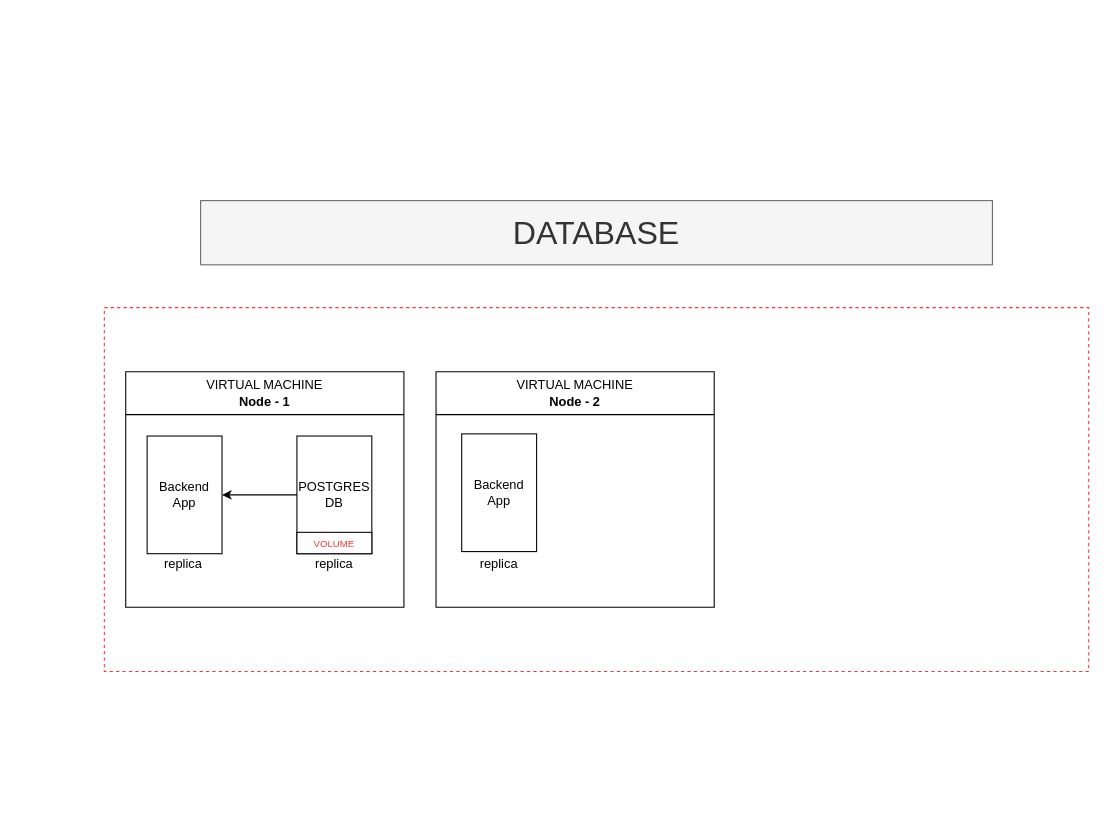
Before: page "Stolon Cluster" (10 of 10) of devops/DevOps.drawio in kingsley-ijomah/draw.io, a draw.io diagram. Source tidied: cells renumbered, new cells numbered last; positions are measured from the earlier drawing's top-left corner, leaving out a move shared by most shapes. Both pictures are drawn from the tidied source at 107%, with x=0, y=0 at pixel (104, 200).
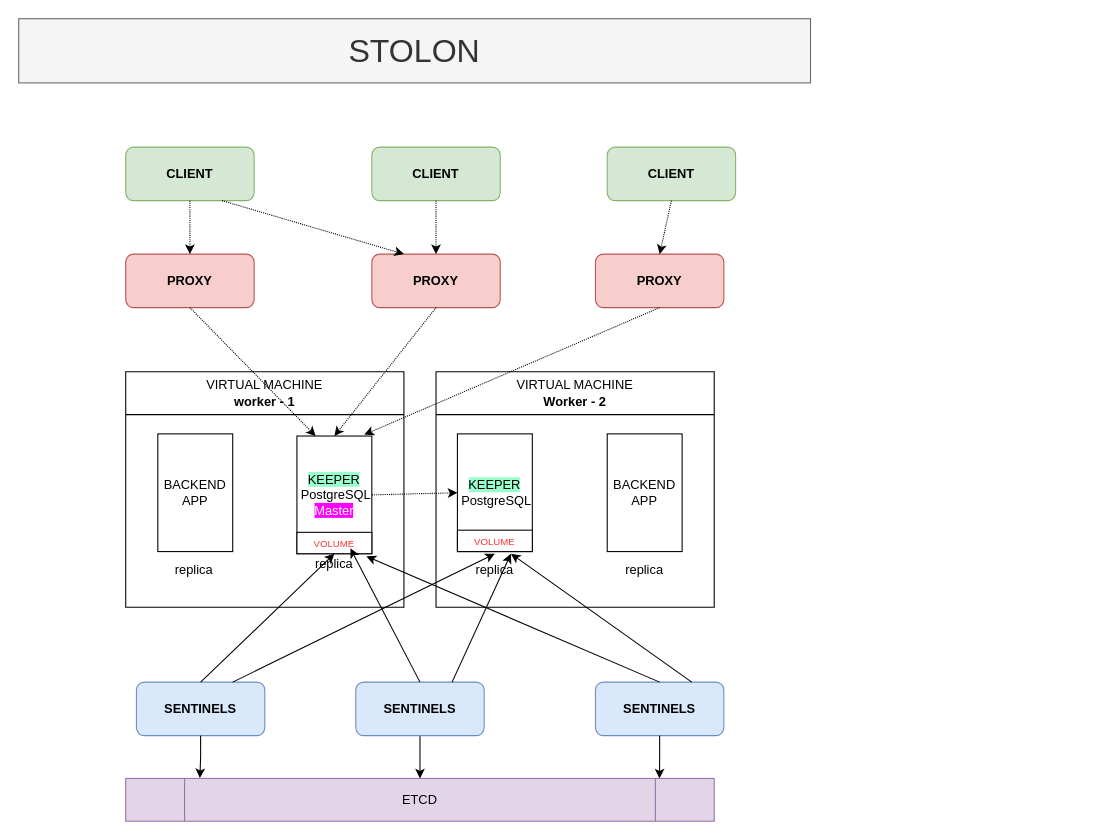
The same page after the edit.

Unchanged cells that the change refers to:
```xml
<mxCell id="5" value="replica" style="text;html=1;strokeColor=none;fillColor=none;align=center;verticalAlign=middle;whiteSpace=wrap;rounded=0;" parent="3" vertex="1">
  <mxGeometry x="165" y="165" width="60" height="30" as="geometry" />
</mxCell>
<mxCell id="8" value="&lt;font color=&quot;#ff3333&quot; style=&quot;font-size: 9px;&quot;&gt;VOLUME&lt;/font&gt;" style="rounded=0;whiteSpace=wrap;html=1;" parent="1" vertex="1">
  <mxGeometry x="180" y="310" width="70" height="20" as="geometry" />
</mxCell>
```

Change to the diagram source:
```diff
@@
-    <mxCell id="2" style="rounded=0;whiteSpace=wrap;html=1;fillColor=none;dashed=1;strokeColor=#FF3333;" parent="1" vertex="1">
-      <mxGeometry y="100" width="920" height="340" as="geometry" />
-    </mxCell>
-    <mxCell id="3" value="&lt;span style=&quot;font-weight: normal;&quot;&gt;VIRTUAL MACHINE&lt;/span&gt;&lt;br&gt;Node - 1" style="swimlane;whiteSpace=wrap;html=1;startSize=40;" parent="1" vertex="1">
+    <mxCell id="3" value="&lt;span style=&quot;font-weight: normal;&quot;&gt;VIRTUAL MACHINE&lt;/span&gt;&lt;br&gt;worker - 1" style="swimlane;whiteSpace=wrap;html=1;startSize=40;" parent="1" vertex="1">
       <mxGeometry x="20" y="160" width="260" height="220" as="geometry" />
     </mxCell>
-    <mxCell id="4" value="POSTGRES&lt;br&gt;DB" style="rounded=0;whiteSpace=wrap;html=1;" parent="3" vertex="1">
+    <mxCell id="4" value="&lt;span style=&quot;background-color: rgb(153, 255, 204);&quot;&gt;KEEPER&lt;/span&gt;&lt;br&gt;&amp;nbsp;PostgreSQL&lt;span style=&quot;background-color: rgb(255, 0, 255);&quot;&gt;&lt;br&gt;&lt;font color=&quot;#ffffff&quot;&gt;Master&lt;/font&gt;&lt;/span&gt;" style="rounded=0;whiteSpace=wrap;html=1;" parent="3" vertex="1">
       <mxGeometry x="160" y="60" width="70" height="110" as="geometry" />
     </mxCell>
@@
-    <mxCell id="6" value="replica" style="text;html=1;strokeColor=none;fillColor=none;align=center;verticalAlign=middle;whiteSpace=wrap;rounded=0;" parent="3" vertex="1">
-      <mxGeometry x="24" y="165" width="60" height="30" as="geometry" />
-    </mxCell>
+    <mxCell id="14" value="replica" style="text;html=1;strokeColor=none;fillColor=none;align=center;verticalAlign=middle;whiteSpace=wrap;rounded=0;" parent="3" vertex="1">
+      <mxGeometry x="34" y="170" width="60" height="30" as="geometry" />
+    </mxCell>
-    <mxCell id="7" value="&lt;font style=&quot;font-size: 30px;&quot;&gt;DATABASE&lt;/font&gt;" style="rounded=0;whiteSpace=wrap;html=1;fillColor=#f5f5f5;fontColor=#333333;strokeColor=#666666;" parent="1" vertex="1">
-      <mxGeometry x="90" width="740" height="60" as="geometry" />
+    <mxCell id="7" value="&lt;font style=&quot;font-size: 30px;&quot;&gt;STOLON&lt;/font&gt;" style="rounded=0;whiteSpace=wrap;html=1;fillColor=#f5f5f5;fontColor=#333333;strokeColor=#666666;" parent="1" vertex="1">
+      <mxGeometry x="-80" y="-170" width="740" height="60" as="geometry" />
     </mxCell>
@@
-    <mxCell id="9" value="&lt;span style=&quot;font-weight: normal;&quot;&gt;VIRTUAL MACHINE&lt;/span&gt;&lt;br&gt;Node - 2" style="swimlane;whiteSpace=wrap;html=1;startSize=40;" parent="1" vertex="1">
+    <mxCell id="9" value="&lt;span style=&quot;font-weight: normal;&quot;&gt;VIRTUAL MACHINE&lt;/span&gt;&lt;br&gt;Worker - 2" style="swimlane;whiteSpace=wrap;html=1;startSize=40;" parent="1" vertex="1">
       <mxGeometry x="310" y="160" width="260" height="220" as="geometry" />
     </mxCell>
-    <mxCell id="10" value="Backend&lt;br&gt;App" style="rounded=0;whiteSpace=wrap;html=1;" parent="9" vertex="1">
-      <mxGeometry x="24" y="58" width="70" height="110" as="geometry" />
-    </mxCell>
-    <mxCell id="11" value="replica" style="text;html=1;strokeColor=none;fillColor=none;align=center;verticalAlign=middle;whiteSpace=wrap;rounded=0;" parent="9" vertex="1">
-      <mxGeometry x="29" y="165" width="60" height="30" as="geometry" />
-    </mxCell>
-    <mxCell id="12" value="Backend&lt;br&gt;App" style="rounded=0;whiteSpace=wrap;html=1;" parent="1" vertex="1">
-      <mxGeometry x="40" y="220" width="70" height="110" as="geometry" />
-    </mxCell>
-    <mxCell id="13" style="edgeStyle=orthogonalEdgeStyle;rounded=0;jettySize=auto;html=1;entryX=1;entryY=0.5;entryDx=0;entryDy=0;" parent="1" edge="1" source="4" target="12">
-      <mxGeometry relative="1" as="geometry" />
-    </mxCell>
+    <mxCell id="15" value="replica" style="text;html=1;strokeColor=none;fillColor=none;align=center;verticalAlign=middle;whiteSpace=wrap;rounded=0;" parent="9" vertex="1">
+      <mxGeometry x="25" y="170" width="60" height="30" as="geometry" />
+    </mxCell>
+    <mxCell id="16" value="replica" style="text;html=1;strokeColor=none;fillColor=none;align=center;verticalAlign=middle;whiteSpace=wrap;rounded=0;" parent="9" vertex="1">
+      <mxGeometry x="165" y="170" width="60" height="30" as="geometry" />
+    </mxCell>
+    <mxCell id="17" value="&lt;span style=&quot;background-color: rgb(153, 255, 204);&quot;&gt;KEEPER&lt;/span&gt;&lt;br style=&quot;border-color: var(--border-color);&quot;&gt;&amp;nbsp;PostgreSQL" style="rounded=0;whiteSpace=wrap;html=1;" parent="1" vertex="1">
+      <mxGeometry x="330" y="218" width="70" height="110" as="geometry" />
+    </mxCell>
+    <mxCell id="18" value="&lt;font color=&quot;#ff3333&quot; style=&quot;font-size: 9px;&quot;&gt;VOLUME&lt;/font&gt;" style="rounded=0;whiteSpace=wrap;html=1;" parent="1" vertex="1">
+      <mxGeometry x="330" y="308" width="70" height="20" as="geometry" />
+    </mxCell>
+    <mxCell id="19" value="BACKEND&lt;br&gt;APP" style="rounded=0;whiteSpace=wrap;html=1;" parent="1" vertex="1">
+      <mxGeometry x="50" y="218" width="70" height="110" as="geometry" />
+    </mxCell>
+    <mxCell id="20" value="BACKEND&lt;br&gt;APP" style="rounded=0;whiteSpace=wrap;html=1;" parent="1" vertex="1">
+      <mxGeometry x="470" y="218" width="70" height="110" as="geometry" />
+    </mxCell>
+    <mxCell id="21" value="ETCD" style="shape=process;whiteSpace=wrap;html=1;backgroundOutline=1;fillColor=#e1d5e7;strokeColor=#9673a6;" parent="1" vertex="1">
+      <mxGeometry x="20" y="540" width="550" height="40" as="geometry" />
+    </mxCell>
+    <mxCell id="22" value="&lt;b&gt;SENTINELS&lt;/b&gt;" style="rounded=1;whiteSpace=wrap;html=1;fillColor=#dae8fc;strokeColor=#6c8ebf;" parent="1" vertex="1">
+      <mxGeometry x="30" y="450" width="120" height="50" as="geometry" />
+    </mxCell>
+    <mxCell id="23" value="&lt;b&gt;SENTINELS&lt;/b&gt;" style="rounded=1;whiteSpace=wrap;html=1;fillColor=#dae8fc;strokeColor=#6c8ebf;" parent="1" vertex="1">
+      <mxGeometry x="459" y="450" width="120" height="50" as="geometry" />
+    </mxCell>
+    <mxCell id="24" style="edgeStyle=orthogonalEdgeStyle;rounded=0;jettySize=auto;html=1;entryX=0.5;entryY=0;entryDx=0;entryDy=0;" parent="1" edge="1" source="25" target="21">
+      <mxGeometry relative="1" as="geometry" />
+    </mxCell>
+    <mxCell id="25" value="&lt;b&gt;SENTINELS&lt;/b&gt;" style="rounded=1;whiteSpace=wrap;html=1;fillColor=#dae8fc;strokeColor=#6c8ebf;" parent="1" vertex="1">
+      <mxGeometry x="235" y="450" width="120" height="50" as="geometry" />
+    </mxCell>
+    <mxCell id="26" style="endArrow=classic;html=1;rounded=0;exitX=0.5;exitY=0;exitDx=0;exitDy=0;entryX=0.5;entryY=1;entryDx=0;entryDy=0;" parent="1" edge="1" source="22" target="8">
+      <mxGeometry relative="1" as="geometry" />
+    </mxCell>
+    <mxCell id="27" style="endArrow=classic;html=1;rounded=0;exitX=0.75;exitY=0;exitDx=0;exitDy=0;entryX=0.5;entryY=0;entryDx=0;entryDy=0;" parent="1" edge="1" source="22" target="15">
+      <mxGeometry relative="1" as="geometry" />
+    </mxCell>
+    <mxCell id="28" style="endArrow=classic;html=1;rounded=0;exitX=0.5;exitY=0;exitDx=0;exitDy=0;entryX=0.75;entryY=0;entryDx=0;entryDy=0;" parent="1" edge="1" source="25" target="5">
+      <mxGeometry relative="1" as="geometry" />
+    </mxCell>
+    <mxCell id="29" style="endArrow=classic;html=1;rounded=0;exitX=0.75;exitY=0;exitDx=0;exitDy=0;entryX=0.75;entryY=0;entryDx=0;entryDy=0;" parent="1" edge="1" source="25" target="15">
+      <mxGeometry relative="1" as="geometry" />
+    </mxCell>
+    <mxCell id="30" style="endArrow=classic;html=1;rounded=0;exitX=0.5;exitY=0;exitDx=0;exitDy=0;entryX=1;entryY=0.25;entryDx=0;entryDy=0;" parent="1" edge="1" source="23" target="5">
+      <mxGeometry relative="1" as="geometry" />
+    </mxCell>
+    <mxCell id="31" style="endArrow=classic;html=1;rounded=0;exitX=0.75;exitY=0;exitDx=0;exitDy=0;entryX=0.75;entryY=0;entryDx=0;entryDy=0;" parent="1" edge="1" source="23" target="15">
+      <mxGeometry relative="1" as="geometry" />
+    </mxCell>
+    <mxCell id="32" style="edgeStyle=orthogonalEdgeStyle;rounded=0;jettySize=auto;html=1;entryX=0.907;entryY=0;entryDx=0;entryDy=0;entryPerimeter=0;" parent="1" edge="1" source="23" target="21">
+      <mxGeometry relative="1" as="geometry" />
+    </mxCell>
+    <mxCell id="33" style="edgeStyle=orthogonalEdgeStyle;rounded=0;jettySize=auto;html=1;entryX=0.126;entryY=-0.008;entryDx=0;entryDy=0;entryPerimeter=0;" parent="1" edge="1" source="22" target="21">
+      <mxGeometry relative="1" as="geometry" />
+    </mxCell>
+    <mxCell id="34" value="&lt;b&gt;PROXY&lt;/b&gt;" style="rounded=1;whiteSpace=wrap;html=1;fillColor=#f8cecc;strokeColor=#b85450;" parent="1" vertex="1">
+      <mxGeometry x="20" y="50" width="120" height="50" as="geometry" />
+    </mxCell>
+    <mxCell id="35" value="&lt;b&gt;PROXY&lt;/b&gt;" style="rounded=1;whiteSpace=wrap;html=1;fillColor=#f8cecc;strokeColor=#b85450;" parent="1" vertex="1">
+      <mxGeometry x="250" y="50" width="120" height="50" as="geometry" />
+    </mxCell>
+    <mxCell id="36" value="&lt;b&gt;PROXY&lt;/b&gt;" style="rounded=1;whiteSpace=wrap;html=1;fillColor=#f8cecc;strokeColor=#b85450;" parent="1" vertex="1">
+      <mxGeometry x="459" y="50" width="120" height="50" as="geometry" />
+    </mxCell>
+    <mxCell id="37" style="endArrow=classic;html=1;rounded=0;exitX=0.5;exitY=1;exitDx=0;exitDy=0;entryX=0.25;entryY=0;entryDx=0;entryDy=0;dashed=1;dashPattern=1 1;" parent="1" edge="1" source="34" target="4">
+      <mxGeometry relative="1" as="geometry" />
+    </mxCell>
+    <mxCell id="38" style="endArrow=classic;html=1;rounded=0;exitX=0.5;exitY=1;exitDx=0;exitDy=0;entryX=0.5;entryY=0;entryDx=0;entryDy=0;dashed=1;dashPattern=1 1;" parent="1" edge="1" source="35" target="4">
+      <mxGeometry relative="1" as="geometry" />
+    </mxCell>
+    <mxCell id="39" style="endArrow=classic;html=1;rounded=0;exitX=0.5;exitY=1;exitDx=0;exitDy=0;entryX=0.899;entryY=-0.012;entryDx=0;entryDy=0;dashed=1;dashPattern=1 1;entryPerimeter=0;" parent="1" edge="1" source="36" target="4">
+      <mxGeometry relative="1" as="geometry" />
+    </mxCell>
+    <mxCell id="40" value="&lt;b&gt;CLIENT&lt;/b&gt;" style="rounded=1;whiteSpace=wrap;html=1;fillColor=#d5e8d4;strokeColor=#82b366;" parent="1" vertex="1">
+      <mxGeometry x="20" y="-50" width="120" height="50" as="geometry" />
+    </mxCell>
+    <mxCell id="41" value="&lt;b&gt;CLIENT&lt;/b&gt;" style="rounded=1;whiteSpace=wrap;html=1;fillColor=#d5e8d4;strokeColor=#82b366;" parent="1" vertex="1">
+      <mxGeometry x="250" y="-50" width="120" height="50" as="geometry" />
+    </mxCell>
+    <mxCell id="42" value="&lt;b&gt;CLIENT&lt;/b&gt;" style="rounded=1;whiteSpace=wrap;html=1;fillColor=#d5e8d4;strokeColor=#82b366;" parent="1" vertex="1">
+      <mxGeometry x="470" y="-50" width="120" height="50" as="geometry" />
+    </mxCell>
+    <mxCell id="43" style="endArrow=classic;html=1;rounded=0;exitX=0.5;exitY=1;exitDx=0;exitDy=0;dashed=1;dashPattern=1 1;" parent="1" edge="1" source="40" target="34">
+      <mxGeometry relative="1" as="geometry" />
+    </mxCell>
+    <mxCell id="44" style="endArrow=classic;html=1;rounded=0;exitX=0.75;exitY=1;exitDx=0;exitDy=0;dashed=1;dashPattern=1 1;entryX=0.25;entryY=0;entryDx=0;entryDy=0;" parent="1" edge="1" source="40" target="35">
+      <mxGeometry relative="1" as="geometry" />
+    </mxCell>
+    <mxCell id="45" style="endArrow=classic;html=1;rounded=0;exitX=0.5;exitY=1;exitDx=0;exitDy=0;dashed=1;dashPattern=1 1;entryX=0.5;entryY=0;entryDx=0;entryDy=0;" parent="1" edge="1" source="41" target="35">
+      <mxGeometry relative="1" as="geometry" />
+    </mxCell>
+    <mxCell id="46" style="endArrow=classic;html=1;rounded=0;exitX=0.5;exitY=1;exitDx=0;exitDy=0;dashed=1;dashPattern=1 1;entryX=0.5;entryY=0;entryDx=0;entryDy=0;" parent="1" edge="1" source="42" target="36">
+      <mxGeometry relative="1" as="geometry" />
+    </mxCell>
+    <mxCell id="47" style="endArrow=classic;html=1;rounded=0;exitX=1;exitY=0.5;exitDx=0;exitDy=0;entryX=0;entryY=0.5;entryDx=0;entryDy=0;dashed=1;dashPattern=1 1;" parent="1" edge="1" source="4" target="17">
+      <mxGeometry relative="1" as="geometry" />
+    </mxCell>
```
